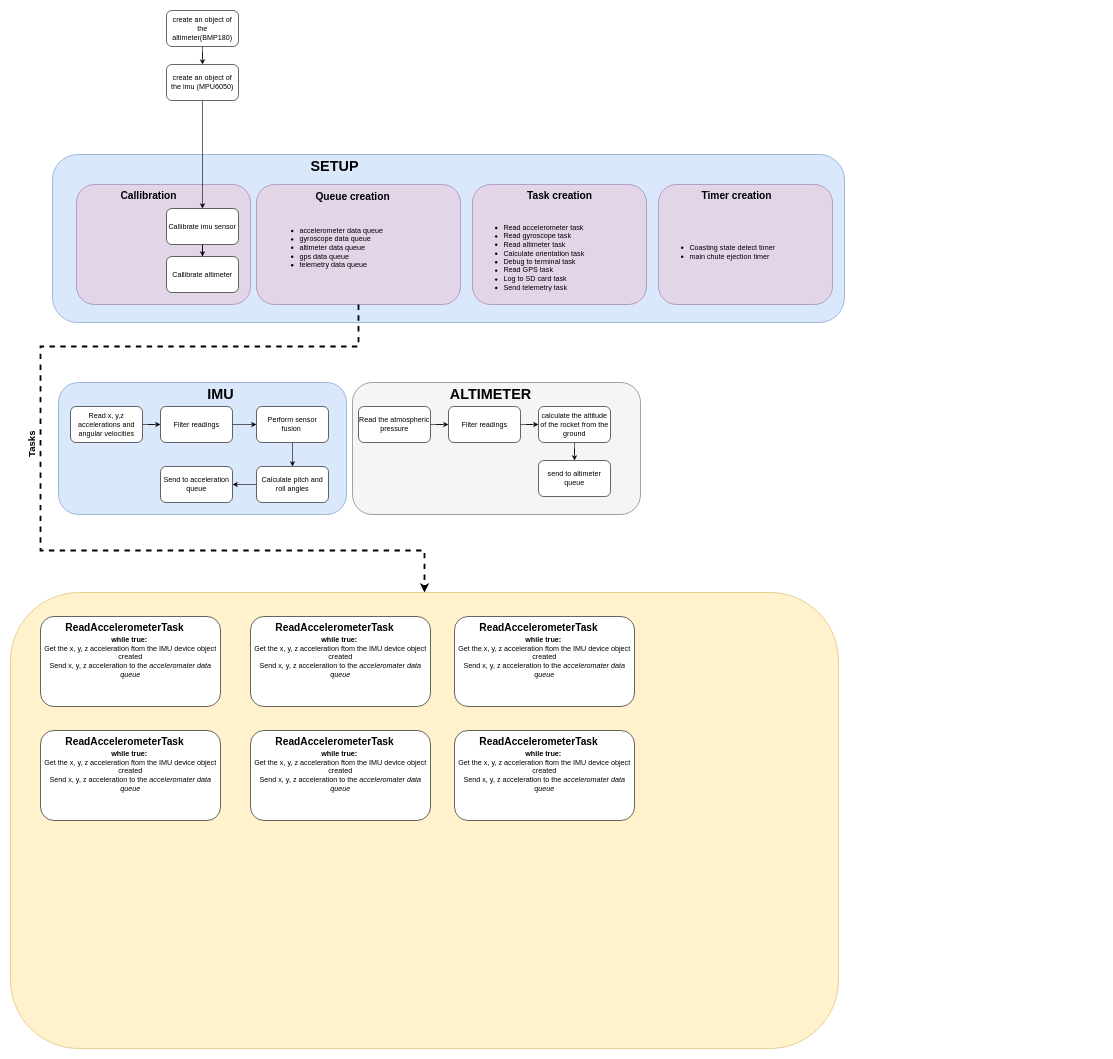
nakujaproject/N4-Recovery keeps this draw.io diagram as flight-software/FlightSoftware-N4-main/conceptual-design/flight-software-conceptual-design.drawio. Above is the earlier version. Source tidied: cells renumbered, new cells numbered last; positions are measured from the earlier drawing's top-left corner, leaving out a move shared by most shapes. Both pictures are drawn from the tidied source at 60%, with x=0, y=0 at pixel (10, 10).
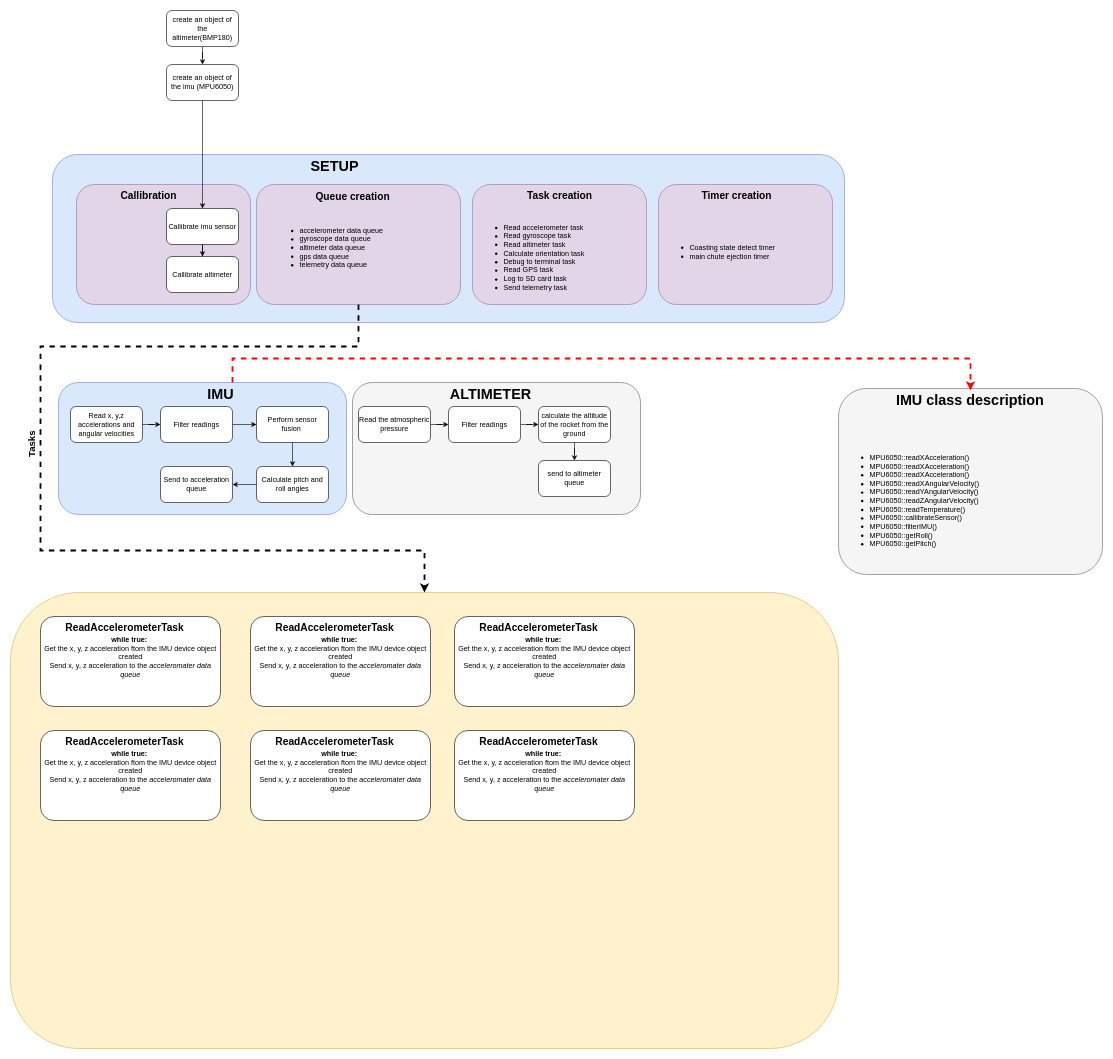
After the change.

Unchanged cells that the change refers to:
```xml
<mxCell id="3" style="rounded=1;whiteSpace=wrap;html=1;fillColor=#dae8fc;strokeColor=#6c8ebf;" parent="1" vertex="1">
  <mxGeometry x="80" y="620" width="480" height="220" as="geometry" />
</mxCell>
```

Change to the diagram source:
```diff
@@
+    <mxCell id="64" style="rounded=1;whiteSpace=wrap;html=1;fillColor=#f5f5f5;strokeColor=#666666;fontColor=#333333;" parent="1" vertex="1">
+      <mxGeometry x="1380" y="630" width="440" height="310" as="geometry" />
+    </mxCell>
+    <mxCell id="65" style="edgeStyle=orthogonalEdgeStyle;rounded=0;jettySize=auto;html=1;strokeWidth=3;dashed=1;strokeColor=#FF0000;" parent="1" edge="1" source="3">
+      <mxGeometry relative="1" as="geometry">
+        <mxPoint x="1600" y="633" as="targetPoint" />
+        <Array as="points">
+          <mxPoint x="370" y="580" />
+          <mxPoint x="1600" y="580" />
+          <mxPoint x="1600" y="633" />
+        </Array>
+      </mxGeometry>
+    </mxCell>
+    <mxCell id="66" value="IMU class description" style="text;strokeColor=none;fillColor=none;html=1;fontSize=24;fontStyle=1;verticalAlign=middle;align=center;" parent="1" vertex="1">
+      <mxGeometry x="1548.5" y="630" width="100" height="40" as="geometry" />
+    </mxCell>
+    <mxCell id="67" value="&lt;ul&gt;&lt;li&gt;&lt;span style=&quot;background-color: initial;&quot;&gt;MPU6050::readXAcceleration()&lt;/span&gt;&lt;br&gt;&lt;/li&gt;&lt;li style=&quot;border-color: var(--border-color);&quot;&gt;MPU6050::readXAcceleration()&lt;/li&gt;&lt;li style=&quot;border-color: var(--border-color);&quot;&gt;MPU6050::readXAcceleration()&lt;/li&gt;&lt;li style=&quot;border-color: var(--border-color);&quot;&gt;MPU6050::readXAngularVelocity()&lt;/li&gt;&lt;li style=&quot;border-color: var(--border-color);&quot;&gt;MPU6050::readYAngularVelocity()&lt;/li&gt;&lt;li style=&quot;border-color: var(--border-color);&quot;&gt;MPU6050::readZAngularVelocity()&lt;/li&gt;&lt;li style=&quot;border-color: var(--border-color);&quot;&gt;MPU6050::readTemperature()&lt;/li&gt;&lt;li style=&quot;border-color: var(--border-color);&quot;&gt;MPU6050::callibrateSensor()&lt;/li&gt;&lt;li style=&quot;border-color: var(--border-color);&quot;&gt;MPU6050::filterIMU()&lt;/li&gt;&lt;li style=&quot;border-color: var(--border-color);&quot;&gt;MPU6050::getRoll()&lt;/li&gt;&lt;li style=&quot;border-color: var(--border-color);&quot;&gt;MPU6050::getPitch()&lt;/li&gt;&lt;/ul&gt;" style="text;strokeColor=none;fillColor=none;html=1;whiteSpace=wrap;verticalAlign=middle;overflow=hidden;" parent="1" vertex="1">
+      <mxGeometry x="1390" y="683" width="240" height="267" as="geometry" />
+    </mxCell>
```
